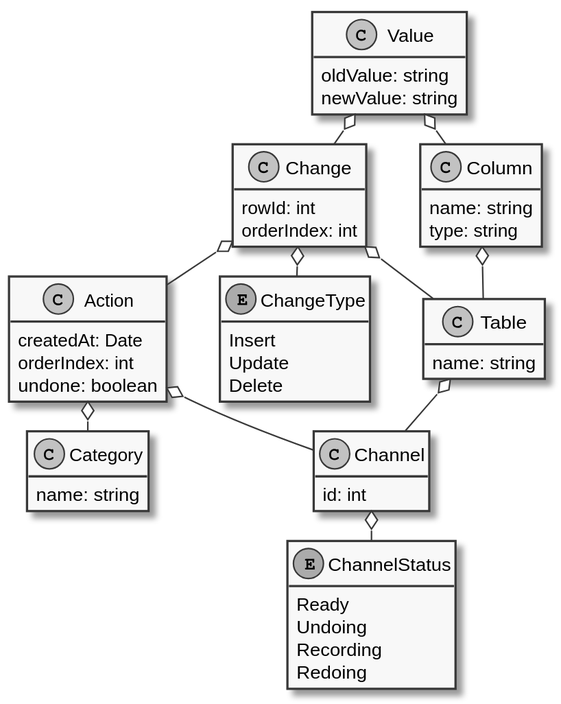
Above: docs/tables.svg in Lotes/sqlite-undo-log (PlantUML), before the change.
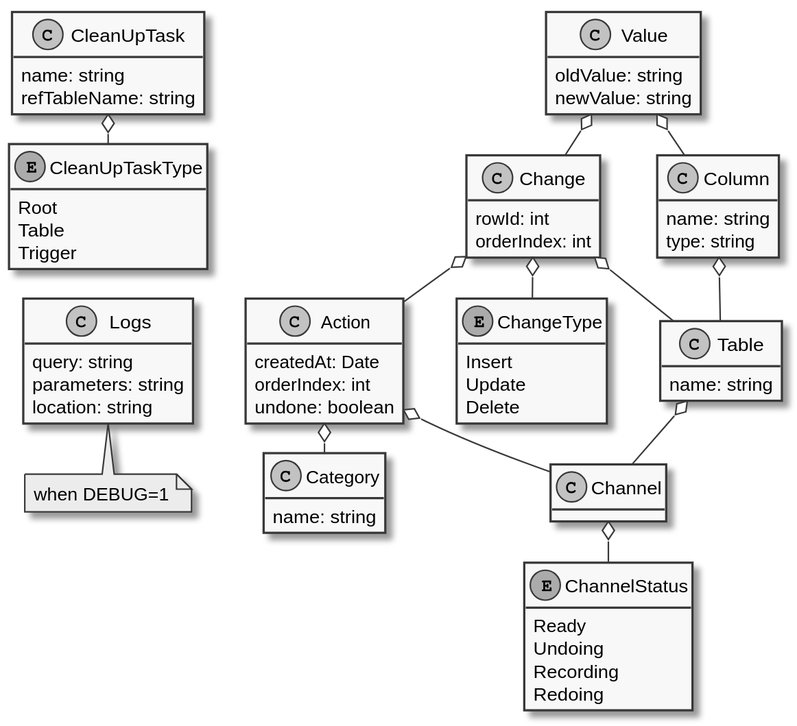
Later version of the same file.

Diff of the diagram source:
```diff
@@ -44,7 +44,6 @@
 }
 
 class Channel {
-  id: int
 }
 
 enum ChannelStatus {
@@ -53,6 +52,27 @@
   Recording
   Redoing
 }
+
+class CleanUpTask {
+  name: string
+  refTableName: string
+}
+
+enum CleanUpTaskType {
+  Root
+  Table
+  Trigger
+}
+
+class Logs {
+  query: string
+  parameters: string
+  location: string
+}
+
+note as NoteLogs
+when DEBUG=1
+end note
 
 Channel o-- ChannelStatus
 Action o-- Channel
@@ -64,4 +84,7 @@
 Column o-- Table
 Value o-- Column
 Value o-- Change
+CleanUpTask o-- CleanUpTaskType
+Logs -[hidden]up- CleanUpTaskType
+NoteLogs -[hidden]up- Logs
 @enduml
```
